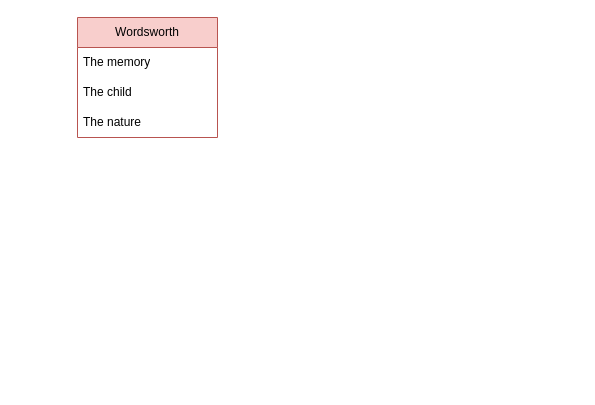
ElicoPro/Pictonary-Livestream keeps this draw.io diagram as Diagramma senza titolo.drawio. Above is the earlier version. Source tidied: cells renumbered, new cells numbered last; positions are measured from the earlier drawing's top-left corner, leaving out a move shared by most shapes. Both pictures are drawn from the tidied source at 100%, with x=0, y=0 at pixel (77, 17).
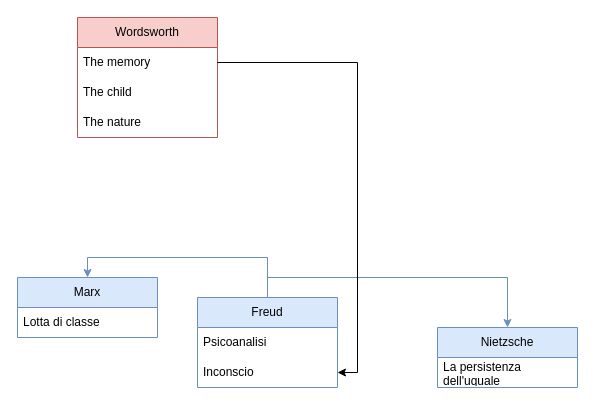
The same page after the edit.

What changed in the source:
```diff
@@
 <mxGraphModel>
   <root>
     <mxCell id="0" />
     <mxCell id="1" parent="0" />
     <mxCell id="2" value="Wordsworth" style="swimlane;fontStyle=0;horizontal=1;startSize=30;whiteSpace=wrap;html=1;fillColor=#f8cecc;strokeColor=#b85450;" parent="1" vertex="1">
       <mxGeometry width="140" height="120" as="geometry" />
     </mxCell>
     <mxCell id="3" value="The memory" style="text;strokeColor=none;fillColor=none;align=left;verticalAlign=middle;spacingLeft=4;spacingRight=4;overflow=hidden;points=[[0,0.5],[1,0.5]];portConstraint=eastwest;whiteSpace=wrap;html=1;" parent="2" vertex="1">
       <mxGeometry y="30" width="140" height="30" as="geometry" />
     </mxCell>
     <mxCell id="4" value="The child" style="text;strokeColor=none;fillColor=none;align=left;verticalAlign=middle;spacingLeft=4;spacingRight=4;overflow=hidden;whiteSpace=wrap;html=1;" parent="2" vertex="1">
       <mxGeometry y="60" width="140" height="30" as="geometry" />
     </mxCell>
     <mxCell id="5" value="The nature" style="text;strokeColor=none;fillColor=none;align=left;verticalAlign=middle;spacingLeft=4;spacingRight=4;overflow=hidden;whiteSpace=wrap;html=1;" parent="2" vertex="1">
       <mxGeometry y="90" width="140" height="30" as="geometry" />
     </mxCell>
+    <mxCell id="6" style="edgeStyle=orthogonalEdgeStyle;rounded=0;jettySize=auto;html=1;exitX=0.5;exitY=0;exitDx=0;exitDy=0;entryX=0.5;entryY=0;entryDx=0;entryDy=0;fillColor=#dae8fc;strokeColor=#6c8ebf;" parent="1" edge="1" source="8" target="11">
+      <mxGeometry relative="1" as="geometry" />
+    </mxCell>
+    <mxCell id="7" style="edgeStyle=orthogonalEdgeStyle;rounded=0;jettySize=auto;html=1;exitX=0.5;exitY=0;exitDx=0;exitDy=0;entryX=0.5;entryY=0;entryDx=0;entryDy=0;fillColor=#dae8fc;strokeColor=#6c8ebf;" parent="1" edge="1" source="8" target="14">
+      <mxGeometry relative="1" as="geometry" />
+    </mxCell>
+    <mxCell id="8" value="Freud" style="swimlane;fontStyle=0;horizontal=1;startSize=30;whiteSpace=wrap;html=1;fillColor=#dae8fc;strokeColor=#6c8ebf;" parent="1" vertex="1">
+      <mxGeometry x="120" y="280" width="140" height="90" as="geometry" />
+    </mxCell>
+    <mxCell id="9" value="Psicoanalisi" style="text;strokeColor=none;fillColor=none;align=left;verticalAlign=middle;spacingLeft=4;spacingRight=4;overflow=hidden;whiteSpace=wrap;html=1;" parent="8" vertex="1">
+      <mxGeometry y="30" width="140" height="30" as="geometry" />
+    </mxCell>
+    <mxCell id="10" value="Inconscio" style="text;strokeColor=none;fillColor=none;align=left;verticalAlign=middle;spacingLeft=4;spacingRight=4;overflow=hidden;points=[[0,0.5],[1,0.5]];portConstraint=eastwest;whiteSpace=wrap;html=1;" parent="8" vertex="1">
+      <mxGeometry y="60" width="140" height="30" as="geometry" />
+    </mxCell>
+    <mxCell id="11" value="Marx" style="swimlane;fontStyle=0;horizontal=1;startSize=30;whiteSpace=wrap;html=1;fillColor=#dae8fc;strokeColor=#6c8ebf;" parent="1" vertex="1">
+      <mxGeometry x="-60" y="260" width="140" height="60" as="geometry" />
+    </mxCell>
+    <mxCell id="12" value="Lotta di classe" style="text;strokeColor=none;fillColor=none;align=left;verticalAlign=middle;spacingLeft=4;spacingRight=4;overflow=hidden;whiteSpace=wrap;html=1;" parent="11" vertex="1">
+      <mxGeometry y="30" width="140" height="30" as="geometry" />
+    </mxCell>
+    <mxCell id="13" style="edgeStyle=orthogonalEdgeStyle;rounded=0;jettySize=auto;html=1;exitX=1;exitY=0.5;exitDx=0;exitDy=0;entryX=1;entryY=0.5;entryDx=0;entryDy=0;" parent="1" edge="1" source="3" target="10">
+      <mxGeometry relative="1" as="geometry" />
+    </mxCell>
+    <mxCell id="14" value="Nietzsche" style="swimlane;fontStyle=0;horizontal=1;startSize=30;whiteSpace=wrap;html=1;fillColor=#dae8fc;strokeColor=#6c8ebf;" parent="1" vertex="1">
+      <mxGeometry x="360" y="310" width="140" height="60" as="geometry" />
+    </mxCell>
+    <mxCell id="15" value="La persistenza dell'uguale" style="text;strokeColor=none;fillColor=none;align=left;verticalAlign=middle;spacingLeft=4;spacingRight=4;overflow=hidden;whiteSpace=wrap;html=1;" parent="14" vertex="1">
+      <mxGeometry y="30" width="140" height="30" as="geometry" />
+    </mxCell>
   </root>
 </mxGraphModel>
```
